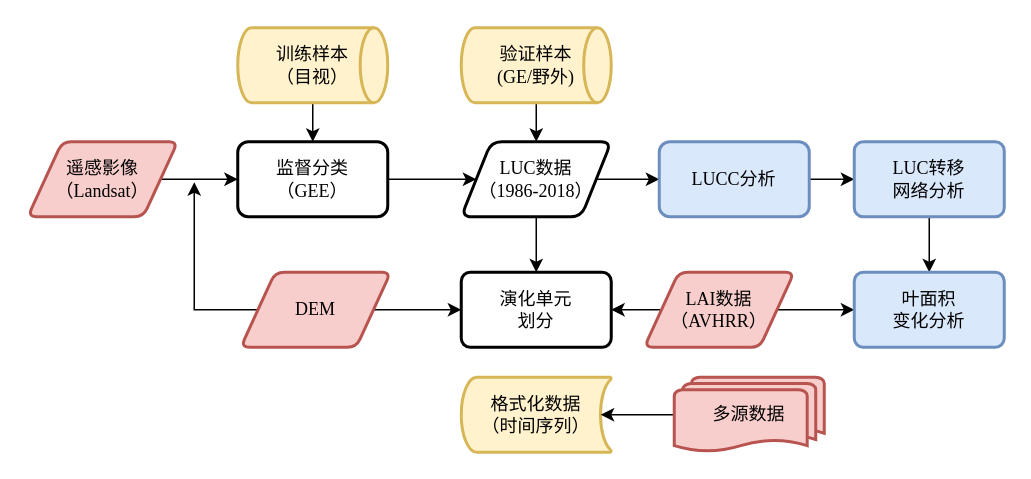
The draw.io diagram NEW_网络视角下的黄河绿化.drawio in THRILLERLEMON/Draw.IO, before the edit. Source tidied: cells renumbered, new cells numbered last; positions are measured from the earlier drawing's top-left corner, leaving out a move shared by most shapes. Both pictures are drawn from the tidied source at 150%, with x=0, y=0 at pixel (27, 27).
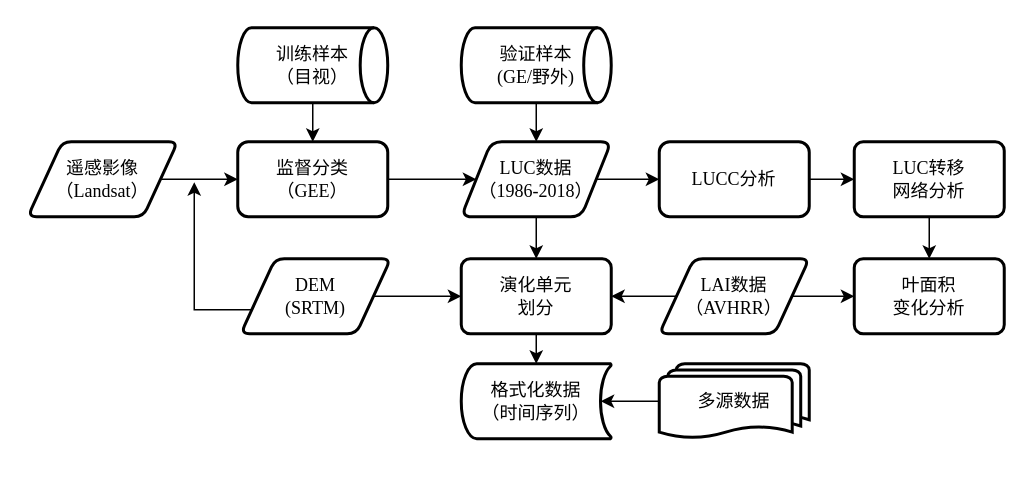
After the change.

Commit message (it also covers changes not shown here):
Update NEW_网络视角下的黄河绿化.drawio

What changed in the source:
```diff
@@
-    <mxCell id="3" value="遥感影像&lt;br style=&quot;font-size: 12px;&quot;&gt;（Landsat）" style="shape=parallelogram;html=1;strokeWidth=2;perimeter=parallelogramPerimeter;whiteSpace=wrap;rounded=1;arcSize=12;size=0.23;fontFamily=Times New Roman;fontSize=12;fillColor=#f8cecc;strokeColor=#b85450;" parent="1" vertex="1">
+    <mxCell id="3" value="遥感影像&lt;br style=&quot;font-size: 12px;&quot;&gt;（Landsat）" style="shape=parallelogram;html=1;strokeWidth=2;perimeter=parallelogramPerimeter;whiteSpace=wrap;rounded=1;arcSize=12;size=0.23;fontFamily=Times New Roman;fontSize=12;" parent="1" vertex="1">
       <mxGeometry y="76" width="100" height="50" as="geometry" />
     </mxCell>
@@
-    <mxCell id="10" value="训练样本&lt;br style=&quot;font-size: 12px;&quot;&gt;（目视）" style="strokeWidth=2;html=1;shape=mxgraph.flowchart.direct_data;whiteSpace=wrap;fontFamily=Times New Roman;fontSize=12;fillColor=#fff2cc;strokeColor=#d6b656;" parent="1" vertex="1">
+    <mxCell id="10" value="训练样本&lt;br style=&quot;font-size: 12px;&quot;&gt;（目视）" style="strokeWidth=2;html=1;shape=mxgraph.flowchart.direct_data;whiteSpace=wrap;fontFamily=Times New Roman;fontSize=12;" parent="1" vertex="1">
       <mxGeometry x="140" width="100" height="50" as="geometry" />
     </mxCell>
@@
-    <mxCell id="12" value="验证样本&lt;br style=&quot;font-size: 12px;&quot;&gt;(GE/野外)" style="strokeWidth=2;html=1;shape=mxgraph.flowchart.direct_data;whiteSpace=wrap;fontFamily=Times New Roman;fontSize=12;fillColor=#fff2cc;strokeColor=#d6b656;" parent="1" vertex="1">
+    <mxCell id="12" value="验证样本&lt;br style=&quot;font-size: 12px;&quot;&gt;(GE/野外)" style="strokeWidth=2;html=1;shape=mxgraph.flowchart.direct_data;whiteSpace=wrap;fontFamily=Times New Roman;fontSize=12;" parent="1" vertex="1">
       <mxGeometry x="289" width="100" height="50" as="geometry" />
     </mxCell>
@@
-    <mxCell id="15" value="LAI数据&lt;br style=&quot;font-size: 12px;&quot;&gt;（AVHRR）" style="shape=parallelogram;html=1;strokeWidth=2;perimeter=parallelogramPerimeter;whiteSpace=wrap;rounded=1;arcSize=12;size=0.23;fontFamily=Times New Roman;fontSize=12;fillColor=#f8cecc;strokeColor=#b85450;" parent="1" vertex="1">
-      <mxGeometry x="411" y="163" width="100" height="50" as="geometry" />
+    <mxCell id="15" value="LAI数据&lt;br style=&quot;font-size: 12px;&quot;&gt;（AVHRR）" style="shape=parallelogram;html=1;strokeWidth=2;perimeter=parallelogramPerimeter;whiteSpace=wrap;rounded=1;arcSize=12;size=0.23;fontFamily=Times New Roman;fontSize=12;" parent="1" vertex="1">
+      <mxGeometry x="421" y="154" width="100" height="50" as="geometry" />
     </mxCell>
@@
-    <mxCell id="17" value="LUCC分析" style="whiteSpace=wrap;html=1;rounded=1;strokeWidth=2;arcSize=14;fontFamily=Times New Roman;fontSize=12;fillColor=#dae8fc;strokeColor=#6c8ebf;" parent="1" vertex="1">
+    <mxCell id="17" value="LUCC分析" style="whiteSpace=wrap;html=1;rounded=1;strokeWidth=2;arcSize=14;fontFamily=Times New Roman;fontSize=12;" parent="1" vertex="1">
       <mxGeometry x="421" y="76" width="100" height="50" as="geometry" />
     </mxCell>
@@
-    <mxCell id="19" value="格式化数据&lt;br style=&quot;font-size: 12px;&quot;&gt;（时间序列）" style="strokeWidth=2;html=1;shape=mxgraph.flowchart.stored_data;whiteSpace=wrap;fillColor=#fff2cc;strokeColor=#d6b656;fontFamily=Times New Roman;fontSize=12;" parent="1" vertex="1">
-      <mxGeometry x="289" y="233" width="100" height="50" as="geometry" />
+    <mxCell id="19" value="格式化数据&lt;br style=&quot;font-size: 12px;&quot;&gt;（时间序列）" style="strokeWidth=2;html=1;shape=mxgraph.flowchart.stored_data;whiteSpace=wrap;fontFamily=Times New Roman;fontSize=12;" parent="1" vertex="1">
+      <mxGeometry x="289" y="224" width="100" height="50" as="geometry" />
     </mxCell>
@@
-    <mxCell id="23" value="DEM" style="shape=parallelogram;html=1;strokeWidth=2;perimeter=parallelogramPerimeter;whiteSpace=wrap;rounded=1;arcSize=12;size=0.23;fontFamily=Times New Roman;fontSize=12;fillColor=#f8cecc;strokeColor=#b85450;" parent="1" vertex="1">
-      <mxGeometry x="142" y="163" width="100" height="50" as="geometry" />
+    <mxCell id="23" value="DEM&lt;br&gt;(SRTM)" style="shape=parallelogram;html=1;strokeWidth=2;perimeter=parallelogramPerimeter;whiteSpace=wrap;rounded=1;arcSize=12;size=0.23;fontFamily=Times New Roman;fontSize=12;" parent="1" vertex="1">
+      <mxGeometry x="142" y="154" width="100" height="50" as="geometry" />
     </mxCell>
+    <mxCell id="28" style="edgeStyle=orthogonalEdgeStyle;rounded=0;jettySize=auto;html=1;exitX=0.5;exitY=1;exitDx=0;exitDy=0;entryX=0.5;entryY=0;entryDx=0;entryDy=0;entryPerimeter=0;" parent="1" edge="1" source="24" target="19">
+      <mxGeometry relative="1" as="geometry" />
+    </mxCell>
     <mxCell id="24" value="演化单元&lt;br style=&quot;font-size: 12px&quot;&gt;划分" style="whiteSpace=wrap;html=1;rounded=1;strokeWidth=2;arcSize=12;fontFamily=Times New Roman;fontSize=12;" parent="1" vertex="1">
-      <mxGeometry x="289" y="163" width="100" height="50" as="geometry" />
+      <mxGeometry x="289" y="154" width="100" height="50" as="geometry" />
     </mxCell>
-    <mxCell id="25" value="叶面积&lt;br&gt;变化分析" style="whiteSpace=wrap;html=1;rounded=1;strokeWidth=2;arcSize=12;fontFamily=Times New Roman;fontSize=12;fillColor=#dae8fc;strokeColor=#6c8ebf;" parent="1" vertex="1">
-      <mxGeometry x="551" y="163" width="100" height="50" as="geometry" />
+    <mxCell id="25" value="叶面积&lt;br&gt;变化分析" style="whiteSpace=wrap;html=1;rounded=1;strokeWidth=2;arcSize=12;fontFamily=Times New Roman;fontSize=12;" parent="1" vertex="1">
+      <mxGeometry x="551" y="154" width="100" height="50" as="geometry" />
     </mxCell>
-    <mxCell id="26" value="多源数据" style="strokeWidth=2;html=1;shape=mxgraph.flowchart.multi-document;whiteSpace=wrap;align=center;fontFamily=Times New Roman;fontSize=12;fillColor=#f8cecc;strokeColor=#b85450;" parent="1" vertex="1">
-      <mxGeometry x="431" y="233" width="100" height="50" as="geometry" />
+    <mxCell id="26" value="多源数据" style="strokeWidth=2;html=1;shape=mxgraph.flowchart.multi-document;whiteSpace=wrap;align=center;fontFamily=Times New Roman;fontSize=12;" parent="1" vertex="1">
+      <mxGeometry x="421" y="224" width="100" height="50" as="geometry" />
     </mxCell>
-    <mxCell id="27" value="LUC转移&lt;br&gt;网络分析" style="whiteSpace=wrap;html=1;rounded=1;strokeWidth=2;arcSize=12;fontFamily=Times New Roman;fontSize=12;fillColor=#dae8fc;strokeColor=#6c8ebf;" parent="1" vertex="1">
+    <mxCell id="27" value="LUC转移&lt;br&gt;网络分析" style="whiteSpace=wrap;html=1;rounded=1;strokeWidth=2;arcSize=12;fontFamily=Times New Roman;fontSize=12;" parent="1" vertex="1">
       <mxGeometry x="551" y="76" width="100" height="50" as="geometry" />
     </mxCell>
```
